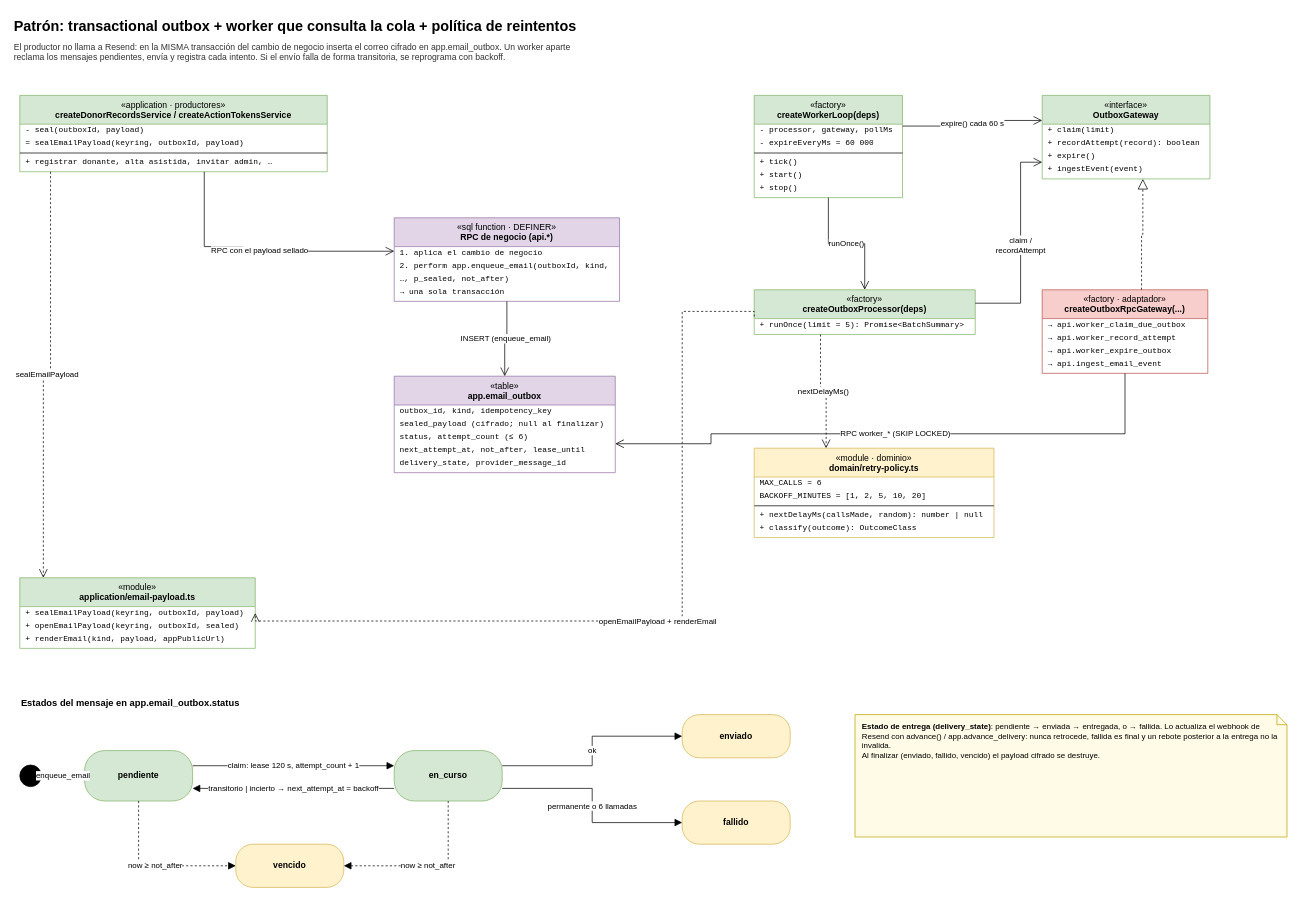
The draw.io diagram page "16 Transactional outbox + política de reintentos" (15 of 25) of evidence_pc2/diagramas/save-a-life-uml.drawio in DiegoRomanP/Safe-a-Life, before the edit. Source tidied: cells renumbered, new cells numbered last; positions are measured from the earlier drawing's top-left corner, leaving out a move shared by most shapes. Both pictures are drawn from the tidied source at 72%, with x=0, y=0 at pixel (12, 12).
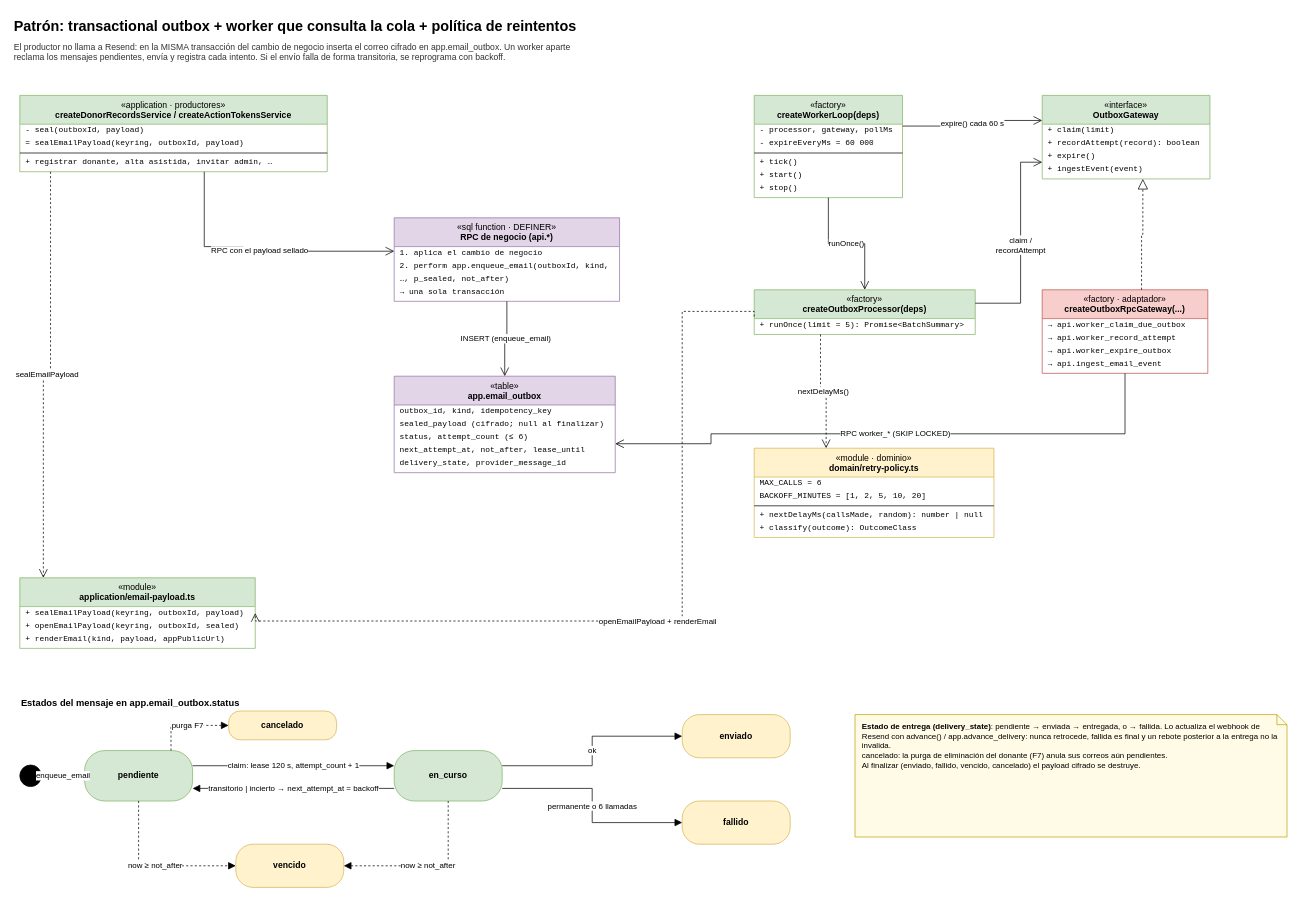
Above is the later version.

The change refers to these unchanged cells:
```xml
<mxCell id="61" value="pendiente" style="rounded=1;arcSize=40;whiteSpace=wrap;html=1;fontSize=12;fontStyle=1;fillColor=#d5e8d4;strokeColor=#82b366;" parent="1" vertex="1">
  <mxGeometry x="100" y="1025" width="150" height="70" as="geometry" />
</mxCell>
```

The edit, as a diff of the source:
```diff
@@
-    <mxCell id="73" value="&lt;b&gt;Estado de entrega (delivery_state)&lt;/b&gt;: pendiente → enviada → entregada, o → fallida. Lo actualiza el webhook de Resend con advance() / app.advance_delivery: nunca retrocede, fallida es final y un rebote posterior a la entrega no la invalida.&lt;br&gt;Al finalizar (enviado, fallido, vencido) el payload cifrado se destruye." style="shape=note;whiteSpace=wrap;html=1;size=14;align=left;verticalAlign=top;spacingLeft=8;spacingTop=4;spacingRight=6;fillColor=#fffbe6;strokeColor=#bfa200;fontSize=11;" parent="1" vertex="1">
+    <mxCell id="73" value="&lt;b&gt;Estado de entrega (delivery_state)&lt;/b&gt;: pendiente → enviada → entregada, o → fallida. Lo actualiza el webhook de Resend con advance() / app.advance_delivery: nunca retrocede, fallida es final y un rebote posterior a la entrega no la invalida.&lt;br&gt;cancelado: la purga de eliminación del donante (F7) anula sus correos aún pendientes.&lt;br&gt;Al finalizar (enviado, fallido, vencido, cancelado) el payload cifrado se destruye." style="shape=note;whiteSpace=wrap;html=1;size=14;align=left;verticalAlign=top;spacingLeft=8;spacingTop=4;spacingRight=6;fillColor=#fffbe6;strokeColor=#bfa200;fontSize=11;" parent="1" vertex="1">
       <mxGeometry x="1170" y="975" width="600" height="170" as="geometry" />
     </mxCell>
+    <mxCell id="74" value="cancelado" style="rounded=1;arcSize=40;whiteSpace=wrap;html=1;fontSize=12;fontStyle=1;fillColor=#fff2cc;strokeColor=#d6b656;" parent="1" vertex="1">
+      <mxGeometry x="300" y="970" width="150" height="40" as="geometry" />
+    </mxCell>
+    <mxCell id="75" value="purga F7" style="edgeStyle=orthogonalEdgeStyle;rounded=0;html=1;fontSize=11;labelBackgroundColor=#ffffff;endArrow=block;endFill=1;endSize=8;dashed=1;exitX=0.8;exitY=0;exitDx=0;exitDy=0;entryX=0;entryY=0.5;entryDx=0;entryDy=0;" parent="1" edge="1" source="61" target="74">
+      <mxGeometry relative="1" as="geometry" />
+    </mxCell>
```
